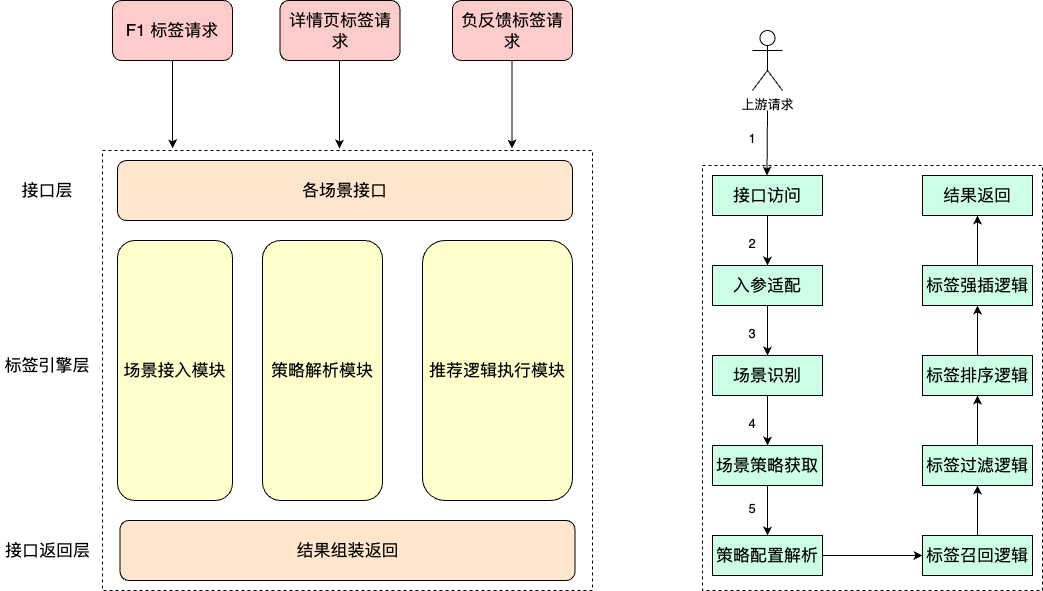
liujunao/draw-data keeps this draw.io diagram as work-draw-file/标签引擎架构图.png. Above is the earlier version. Source tidied: cells renumbered, new cells last; positions are measured from the earlier drawing's top-left corner, leaving out a move shared by most shapes.
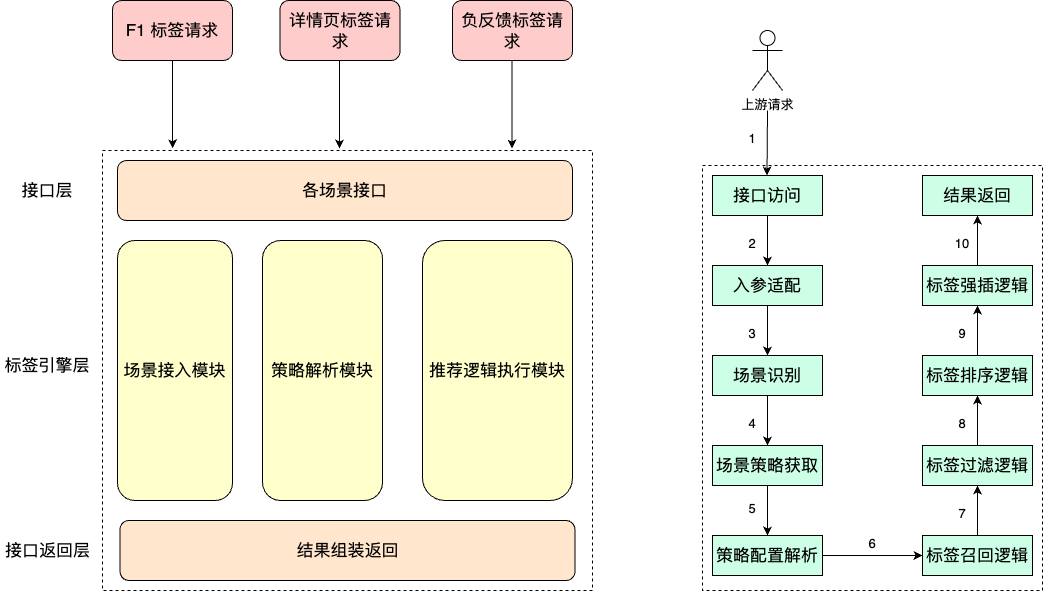
Above is the later version.

Commit message:
更新标签引擎架构图.png

What changed in the source:
```diff
@@ -137,5 +137,20 @@
     <mxCell id="43" value="5" style="text;html=1;strokeColor=none;fillColor=none;align=center;verticalAlign=middle;whiteSpace=wrap;rounded=0;" parent="1" vertex="1">
       <mxGeometry x="742" y="495" width="20" height="25" as="geometry" />
     </mxCell>
+    <mxCell id="44" value="6" style="text;html=1;strokeColor=none;fillColor=none;align=center;verticalAlign=middle;whiteSpace=wrap;rounded=0;" parent="1" vertex="1">
+      <mxGeometry x="862" y="530" width="20" height="25" as="geometry" />
+    </mxCell>
+    <mxCell id="45" value="7" style="text;html=1;strokeColor=none;fillColor=none;align=center;verticalAlign=middle;whiteSpace=wrap;rounded=0;" parent="1" vertex="1">
+      <mxGeometry x="952" y="500" width="20" height="25" as="geometry" />
+    </mxCell>
+    <mxCell id="46" value="8" style="text;html=1;strokeColor=none;fillColor=none;align=center;verticalAlign=middle;whiteSpace=wrap;rounded=0;" parent="1" vertex="1">
+      <mxGeometry x="952" y="410" width="20" height="25" as="geometry" />
+    </mxCell>
+    <mxCell id="47" value="9" style="text;html=1;strokeColor=none;fillColor=none;align=center;verticalAlign=middle;whiteSpace=wrap;rounded=0;" parent="1" vertex="1">
+      <mxGeometry x="952" y="320" width="20" height="25" as="geometry" />
+    </mxCell>
+    <mxCell id="48" value="10" style="text;html=1;strokeColor=none;fillColor=none;align=center;verticalAlign=middle;whiteSpace=wrap;rounded=0;" parent="1" vertex="1">
+      <mxGeometry x="952" y="230" width="20" height="25" as="geometry" />
+    </mxCell>
   </root>
 </mxGraphModel>
```
